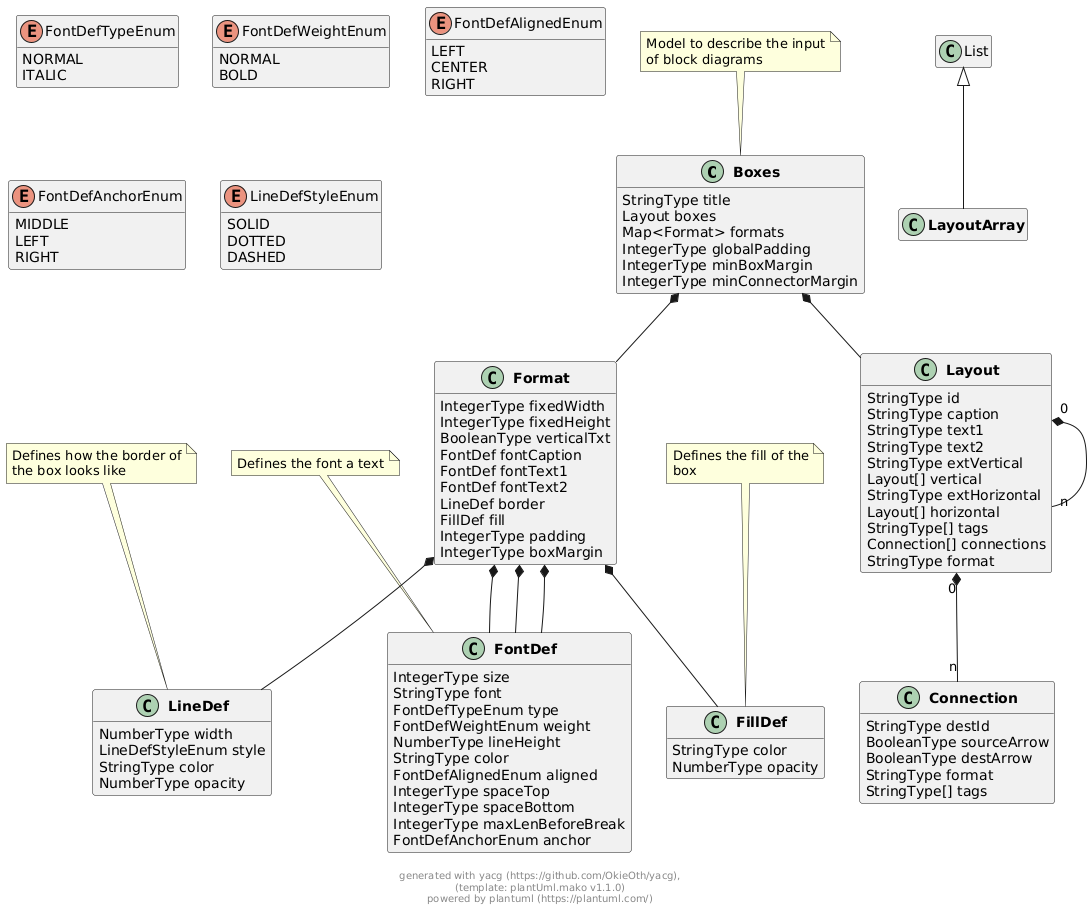
Before: docs/models/png/boxes.png, a diagram exported from PlantUML (OkieOth/draw.chart.things).
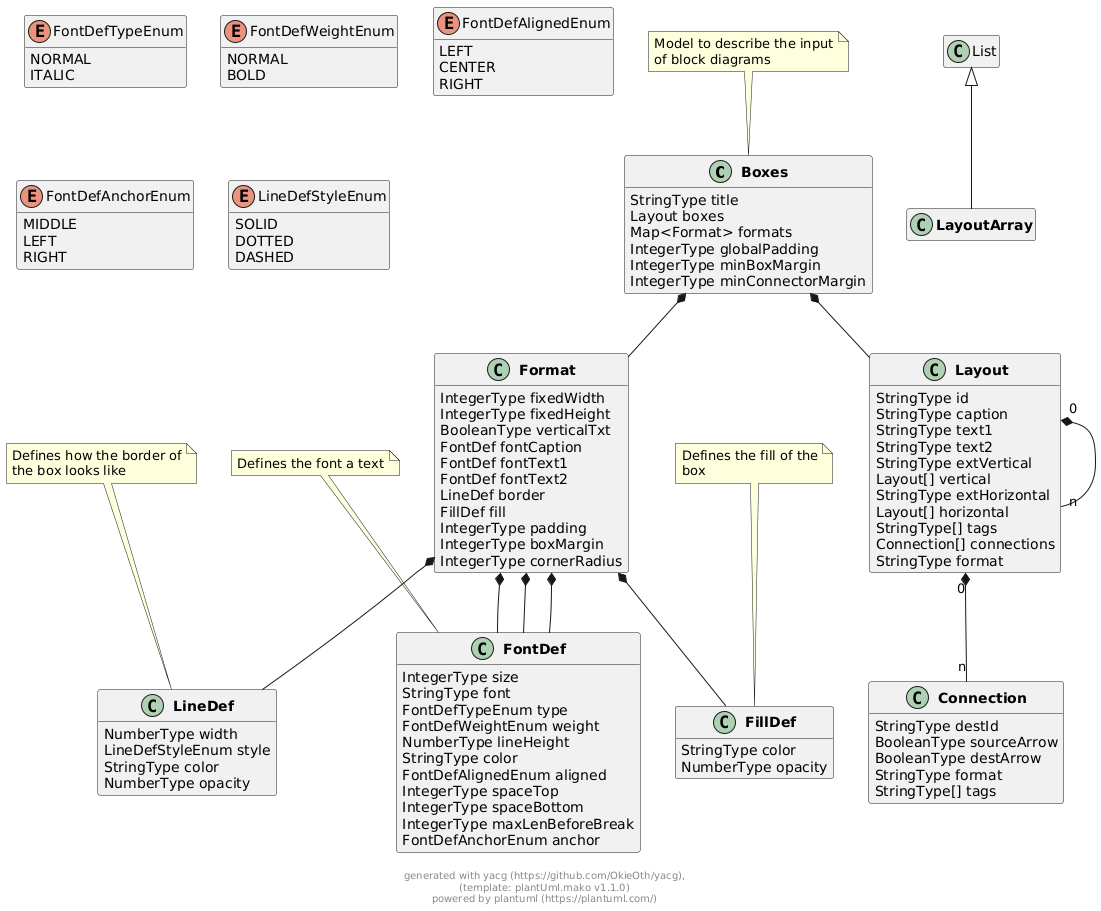
After the change.

What changed in the source:
```diff
@@ -43,6 +43,7 @@
         FillDef fill
         IntegerType padding
         IntegerType boxMargin
+        IntegerType cornerRadius
 }
 
 
@@ -197,5 +198,6 @@
 
 
 
+
 footer \ngenerated with yacg (https://github.com/OkieOth/yacg),\n(template: plantUml.mako v1.1.0)\npowered by plantuml (https://plantuml.com/)
 @enduml
```
